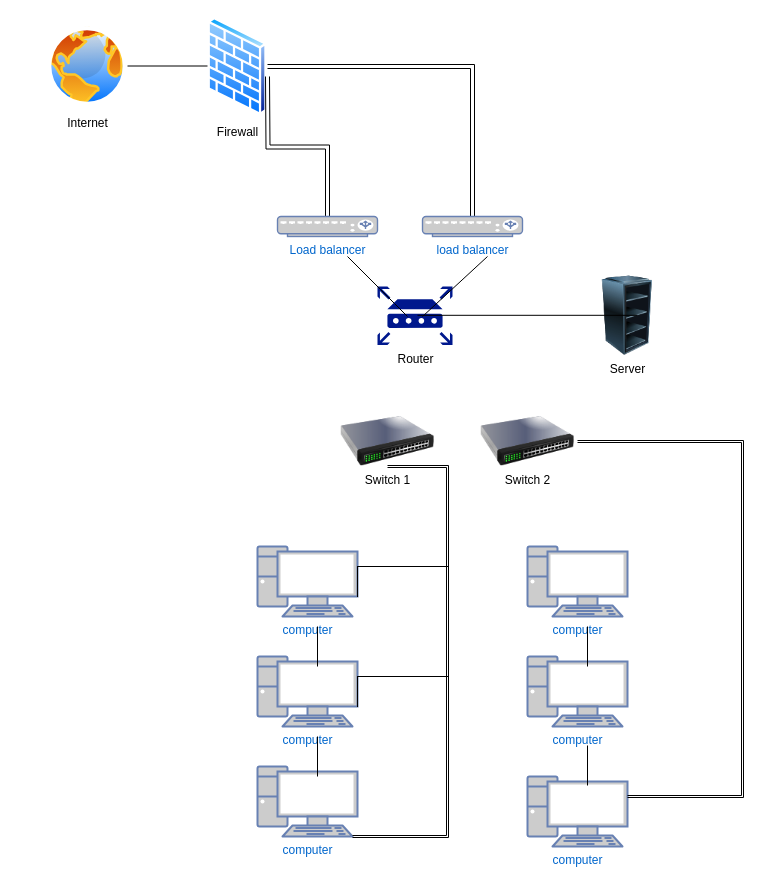
Above: Untitled Diagram.drawio in maderon1/Cyber_and_CloudSecurity (draw.io), before the change. Source tidied: cells renumbered, new cells numbered last; positions are measured from the earlier drawing's top-left corner, leaving out a move shared by most shapes. Both pictures are drawn from the tidied source at 100%, with x=0, y=0 at pixel (47, 17).
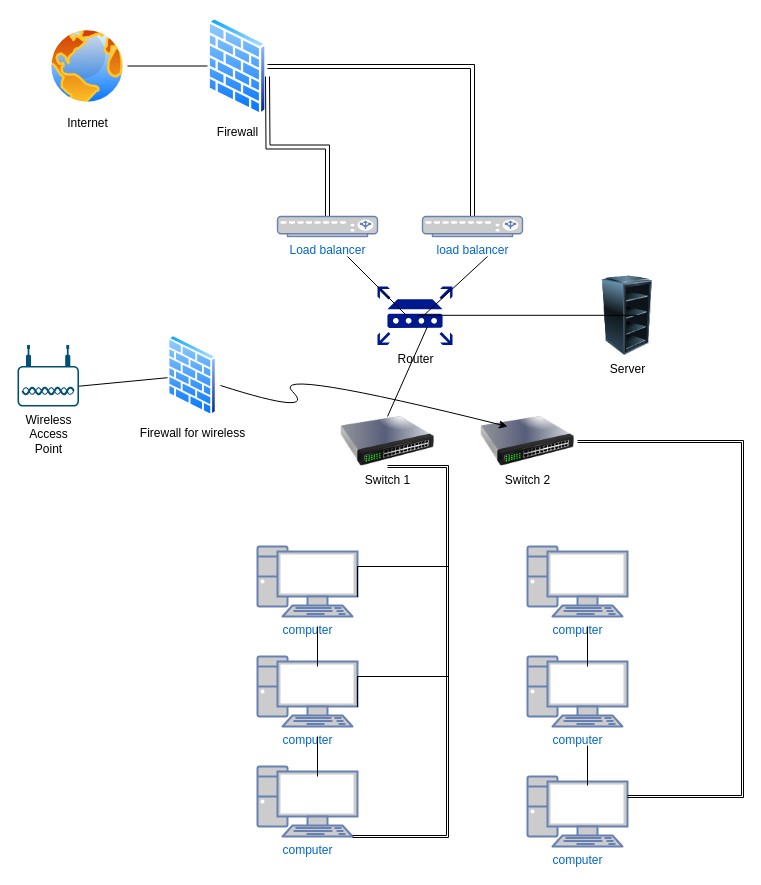
The same diagram, later.

The change refers to these unchanged cells:
```xml
<mxCell id="25" value="Switch 1" style="image;html=1;image=img/lib/clip_art/networking/Switch_128x128.png;" parent="1" vertex="1">
  <mxGeometry x="290" y="399" width="100" height="50" as="geometry" />
</mxCell>
```

Diff of the diagram source:
```diff
@@
+    <mxCell id="30" value="Firewall for wireless" style="perimeter=ellipsePerimeter;html=1;align=center;shadow=0;dashed=0;spacingTop=3;image;image=img/lib/active_directory/firewall.svg;" parent="1" vertex="1">
+      <mxGeometry x="120" y="317" width="50" height="82" as="geometry" />
+    </mxCell>
+    <mxCell id="31" style="curved=1;endArrow=classic;html=1;exitX=1.06;exitY=0.622;exitDx=0;exitDy=0;exitPerimeter=0;" parent="1" edge="1" source="30">
+      <mxGeometry relative="1" as="geometry">
+        <mxPoint x="460" y="409" as="targetPoint" />
+        <Array as="points">
+          <mxPoint x="270" y="399" />
+          <mxPoint x="220" y="349" />
+        </Array>
+      </mxGeometry>
+    </mxCell>
+    <mxCell id="32" value="Wireless&lt;br&gt;Access&lt;br&gt;Point" style="points=[[0.03,0.36,0],[0.18,0,0],[0.5,0.34,0],[0.82,0,0],[0.97,0.36,0],[1,0.67,0],[0.975,0.975,0],[0.5,1,0],[0.025,0.975,0],[0,0.67,0]];verticalLabelPosition=bottom;html=1;verticalAlign=top;align=center;shape=mxgraph.cisco19.wireless_access_point;fillColor=#005073;strokeColor=none;" parent="1" vertex="1">
+      <mxGeometry x="-30" y="327.5" width="61.5" height="61.5" as="geometry" />
+    </mxCell>
+    <mxCell id="33" style="endArrow=none;html=1;exitX=1;exitY=0.67;exitDx=0;exitDy=0;exitPerimeter=0;" parent="1" edge="1" source="32" target="30">
+      <mxGeometry relative="1" as="geometry" />
+    </mxCell>
+    <mxCell id="34" style="endArrow=none;html=1;exitX=0.5;exitY=0;exitDx=0;exitDy=0;" parent="1" edge="1" source="25">
+      <mxGeometry relative="1" as="geometry">
+        <mxPoint x="380" y="309" as="targetPoint" />
+      </mxGeometry>
+    </mxCell>
```
